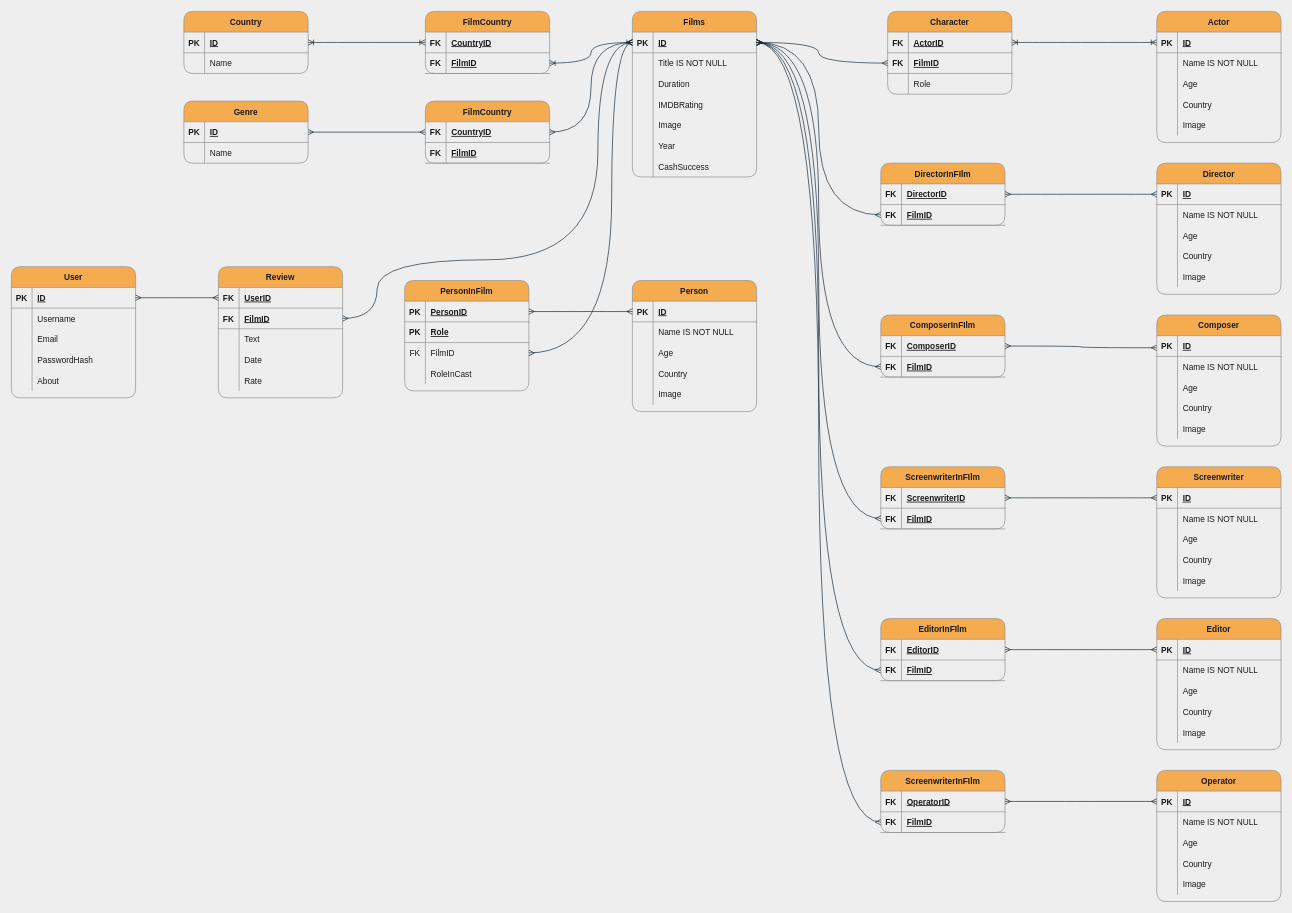
lincentpega/koda-modeling keeps this draw.io diagram as Database relational diagram.drawio. Above is the earlier version. Source tidied: cells renumbered, new cells numbered last; positions are measured from the earlier drawing's top-left corner, leaving out a move shared by most shapes. Both pictures are drawn from the tidied source at 69%, with x=0, y=0 at pixel (11, 11).
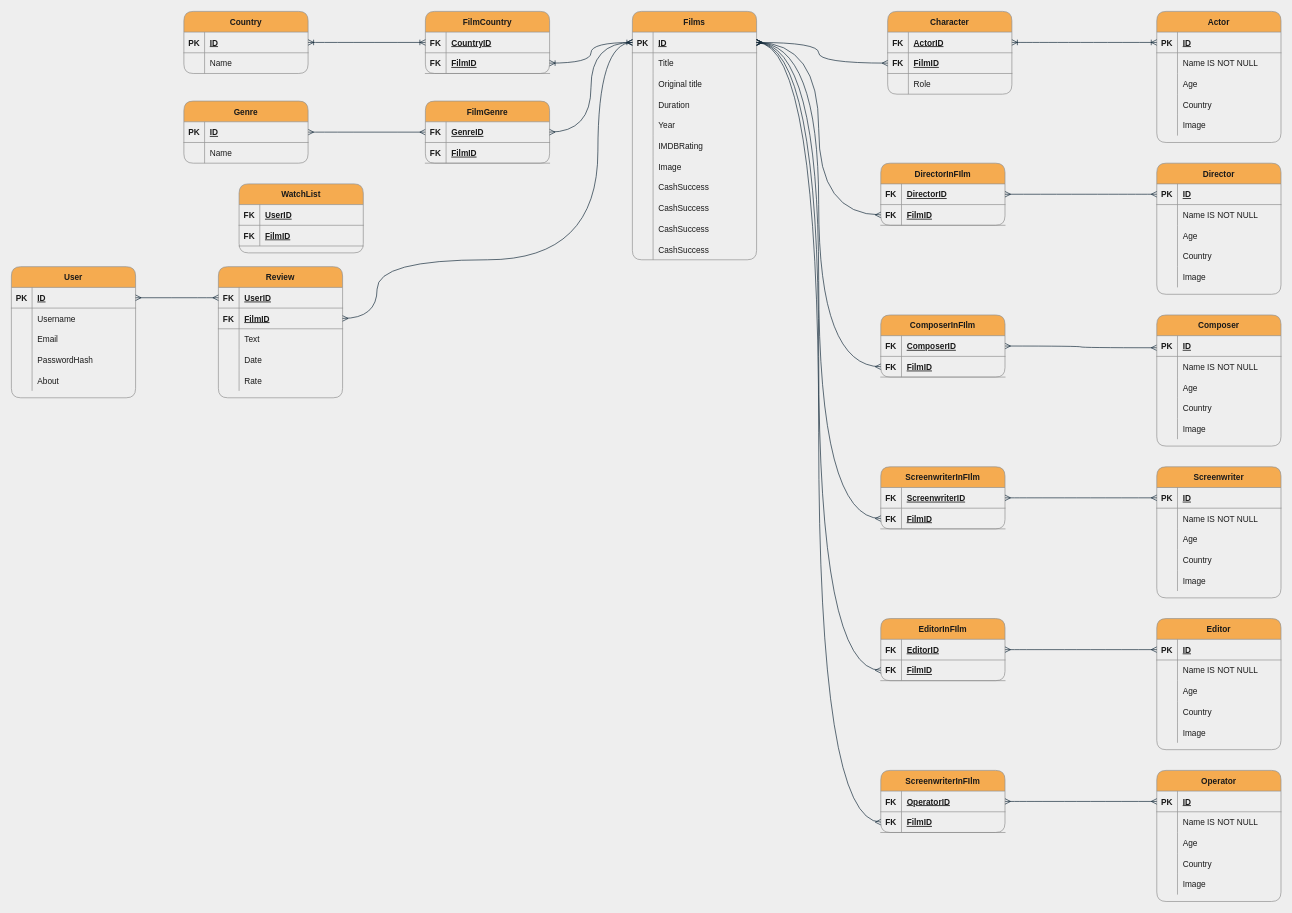
The same diagram, later.

The change refers to these unchanged cells:
```xml
<mxCell id="3" style="shape=tableRow;horizontal=0;startSize=0;swimlaneHead=0;swimlaneBody=0;fillColor=none;points=[[0,0.5],[1,0.5]];portConstraint=eastwest;top=0;left=0;right=0;bottom=1;rounded=1;strokeColor=#909090;fontColor=#1A1A1A;" parent="2" vertex="1">
  <mxGeometry y="30" width="180" height="30" as="geometry" />
</mxCell>
<mxCell id="6" style="shape=tableRow;horizontal=0;startSize=0;swimlaneHead=0;swimlaneBody=0;fillColor=none;top=0;left=0;right=0;bottom=0;rounded=1;strokeColor=#909090;fontColor=#1A1A1A;" parent="2" vertex="1">
  <mxGeometry y="60" width="180" height="30" as="geometry" />
</mxCell>
<mxCell id="202" style="shape=tableRow;horizontal=0;startSize=0;swimlaneHead=0;swimlaneBody=0;fillColor=none;points=[[0,0.5],[1,0.5]];portConstraint=eastwest;top=0;left=0;right=0;bottom=1;rounded=1;strokeColor=#909090;fontColor=#1A1A1A;" parent="201" vertex="1">
  <mxGeometry y="30" width="180" height="30" as="geometry" />
</mxCell>
```

Diff of the diagram source:
```diff
@@
     <mxCell id="2" value="Films" style="shape=table;startSize=30;childLayout=tableLayout;rowLines=0;fontStyle=1;align=center;rounded=1;fillColor=#F5AB50;strokeColor=#909090;fontColor=#1A1A1A;" parent="1" vertex="1">
-      <mxGeometry x="900" width="180" height="240" as="geometry" />
+      <mxGeometry x="900" width="180" height="360" as="geometry" />
     </mxCell>
@@
-    <mxCell id="8" value="Title IS NOT NULL" style="shape=partialRectangle;fillColor=none;top=0;left=0;bottom=0;right=0;align=left;spacingLeft=6;overflow=hidden;rounded=1;strokeColor=#909090;fontColor=#1A1A1A;" parent="6" vertex="1">
+    <mxCell id="8" value="Title" style="shape=partialRectangle;fillColor=none;top=0;left=0;bottom=0;right=0;align=left;spacingLeft=6;overflow=hidden;rounded=1;strokeColor=#909090;fontColor=#1A1A1A;" parent="6" vertex="1">
       <mxGeometry x="30" width="150" height="30" as="geometry" />
     </mxCell>
+    <mxCell id="274" style="shape=tableRow;horizontal=0;startSize=0;swimlaneHead=0;swimlaneBody=0;fillColor=none;top=0;left=0;right=0;bottom=0;rounded=1;strokeColor=#909090;fontColor=#1A1A1A;" parent="2" vertex="1">
+      <mxGeometry y="90" width="180" height="30" as="geometry" />
+    </mxCell>
+    <mxCell id="275" style="shape=partialRectangle;fillColor=none;top=0;left=0;bottom=0;right=0;overflow=hidden;rounded=1;strokeColor=#909090;fontColor=#1A1A1A;" parent="274" vertex="1">
+      <mxGeometry width="30" height="30" as="geometry" />
+    </mxCell>
+    <mxCell id="276" value="Original title" style="shape=partialRectangle;fillColor=none;top=0;left=0;bottom=0;right=0;align=left;spacingLeft=6;overflow=hidden;rounded=1;strokeColor=#909090;fontColor=#1A1A1A;" parent="274" vertex="1">
+      <mxGeometry x="30" width="150" height="30" as="geometry" />
+    </mxCell>
     <mxCell id="9" style="shape=tableRow;horizontal=0;startSize=0;swimlaneHead=0;swimlaneBody=0;fillColor=none;top=0;left=0;right=0;bottom=0;rounded=1;strokeColor=#909090;fontColor=#1A1A1A;" parent="2" vertex="1">
-      <mxGeometry y="90" width="180" height="30" as="geometry" />
+      <mxGeometry y="120" width="180" height="30" as="geometry" />
     </mxCell>
@@
+    <mxCell id="18" style="shape=tableRow;horizontal=0;startSize=0;swimlaneHead=0;swimlaneBody=0;fillColor=none;top=0;left=0;right=0;bottom=0;rounded=1;strokeColor=#909090;fontColor=#1A1A1A;" parent="2" vertex="1">
+      <mxGeometry y="150" width="180" height="30" as="geometry" />
+    </mxCell>
+    <mxCell id="19" style="shape=partialRectangle;fillColor=none;top=0;left=0;bottom=0;right=0;overflow=hidden;rounded=1;strokeColor=#909090;fontColor=#1A1A1A;" parent="18" vertex="1">
+      <mxGeometry width="30" height="30" as="geometry" />
+    </mxCell>
+    <mxCell id="20" value="Year" style="shape=partialRectangle;fillColor=none;top=0;left=0;bottom=0;right=0;align=left;spacingLeft=6;overflow=hidden;rounded=1;strokeColor=#909090;fontColor=#1A1A1A;" parent="18" vertex="1">
+      <mxGeometry x="30" width="150" height="30" as="geometry" />
+    </mxCell>
     <mxCell id="12" style="shape=tableRow;horizontal=0;startSize=0;swimlaneHead=0;swimlaneBody=0;fillColor=none;top=0;left=0;right=0;bottom=0;rounded=1;strokeColor=#909090;fontColor=#1A1A1A;" parent="2" vertex="1">
-      <mxGeometry y="120" width="180" height="30" as="geometry" />
+      <mxGeometry y="180" width="180" height="30" as="geometry" />
     </mxCell>
@@
     <mxCell id="15" style="shape=tableRow;horizontal=0;startSize=0;swimlaneHead=0;swimlaneBody=0;fillColor=none;top=0;left=0;right=0;bottom=0;rounded=1;strokeColor=#909090;fontColor=#1A1A1A;" parent="2" vertex="1">
-      <mxGeometry y="150" width="180" height="30" as="geometry" />
+      <mxGeometry y="210" width="180" height="30" as="geometry" />
     </mxCell>
@@
-    <mxCell id="18" style="shape=tableRow;horizontal=0;startSize=0;swimlaneHead=0;swimlaneBody=0;fillColor=none;top=0;left=0;right=0;bottom=0;rounded=1;strokeColor=#909090;fontColor=#1A1A1A;" parent="2" vertex="1">
-      <mxGeometry y="180" width="180" height="30" as="geometry" />
-    </mxCell>
-    <mxCell id="19" style="shape=partialRectangle;fillColor=none;top=0;left=0;bottom=0;right=0;overflow=hidden;rounded=1;strokeColor=#909090;fontColor=#1A1A1A;" parent="18" vertex="1">
-      <mxGeometry width="30" height="30" as="geometry" />
-    </mxCell>
-    <mxCell id="20" value="Year" style="shape=partialRectangle;fillColor=none;top=0;left=0;bottom=0;right=0;align=left;spacingLeft=6;overflow=hidden;rounded=1;strokeColor=#909090;fontColor=#1A1A1A;" parent="18" vertex="1">
-      <mxGeometry x="30" width="150" height="30" as="geometry" />
-    </mxCell>
     <mxCell id="21" style="shape=tableRow;horizontal=0;startSize=0;swimlaneHead=0;swimlaneBody=0;fillColor=none;top=0;left=0;right=0;bottom=0;rounded=1;strokeColor=#909090;fontColor=#1A1A1A;" parent="2" vertex="1">
-      <mxGeometry y="210" width="180" height="30" as="geometry" />
+      <mxGeometry y="240" width="180" height="30" as="geometry" />
     </mxCell>
@@
+    <mxCell id="277" style="shape=tableRow;horizontal=0;startSize=0;swimlaneHead=0;swimlaneBody=0;fillColor=none;top=0;left=0;right=0;bottom=0;rounded=1;strokeColor=#909090;fontColor=#1A1A1A;" parent="2" vertex="1">
+      <mxGeometry y="270" width="180" height="30" as="geometry" />
+    </mxCell>
+    <mxCell id="278" style="shape=partialRectangle;fillColor=none;top=0;left=0;bottom=0;right=0;overflow=hidden;rounded=1;strokeColor=#909090;fontColor=#1A1A1A;" parent="277" vertex="1">
+      <mxGeometry width="30" height="30" as="geometry" />
+    </mxCell>
+    <mxCell id="279" value="CashSuccess" style="shape=partialRectangle;fillColor=none;top=0;left=0;bottom=0;right=0;align=left;spacingLeft=6;overflow=hidden;rounded=1;strokeColor=#909090;fontColor=#1A1A1A;" parent="277" vertex="1">
+      <mxGeometry x="30" width="150" height="30" as="geometry" />
+    </mxCell>
+    <mxCell id="280" style="shape=tableRow;horizontal=0;startSize=0;swimlaneHead=0;swimlaneBody=0;fillColor=none;top=0;left=0;right=0;bottom=0;rounded=1;strokeColor=#909090;fontColor=#1A1A1A;" parent="2" vertex="1">
+      <mxGeometry y="300" width="180" height="30" as="geometry" />
+    </mxCell>
+    <mxCell id="281" style="shape=partialRectangle;fillColor=none;top=0;left=0;bottom=0;right=0;overflow=hidden;rounded=1;strokeColor=#909090;fontColor=#1A1A1A;" parent="280" vertex="1">
+      <mxGeometry width="30" height="30" as="geometry" />
+    </mxCell>
+    <mxCell id="282" value="CashSuccess" style="shape=partialRectangle;fillColor=none;top=0;left=0;bottom=0;right=0;align=left;spacingLeft=6;overflow=hidden;rounded=1;strokeColor=#909090;fontColor=#1A1A1A;" parent="280" vertex="1">
+      <mxGeometry x="30" width="150" height="30" as="geometry" />
+    </mxCell>
+    <mxCell id="283" style="shape=tableRow;horizontal=0;startSize=0;swimlaneHead=0;swimlaneBody=0;fillColor=none;top=0;left=0;right=0;bottom=0;rounded=1;strokeColor=#909090;fontColor=#1A1A1A;" parent="2" vertex="1">
+      <mxGeometry y="330" width="180" height="30" as="geometry" />
+    </mxCell>
+    <mxCell id="284" style="shape=partialRectangle;fillColor=none;top=0;left=0;bottom=0;right=0;overflow=hidden;rounded=1;strokeColor=#909090;fontColor=#1A1A1A;" parent="283" vertex="1">
+      <mxGeometry width="30" height="30" as="geometry" />
+    </mxCell>
+    <mxCell id="285" value="CashSuccess" style="shape=partialRectangle;fillColor=none;top=0;left=0;bottom=0;right=0;align=left;spacingLeft=6;overflow=hidden;rounded=1;strokeColor=#909090;fontColor=#1A1A1A;" parent="283" vertex="1">
+      <mxGeometry x="30" width="150" height="30" as="geometry" />
+    </mxCell>
@@
-    <mxCell id="201" value="FilmCountry" style="shape=table;startSize=30;childLayout=tableLayout;rowLines=0;fontStyle=1;align=center;rounded=1;fillColor=#F5AB50;strokeColor=#909090;fontColor=#1A1A1A;" parent="1" vertex="1">
+    <mxCell id="201" value="FilmGenre" style="shape=table;startSize=30;childLayout=tableLayout;rowLines=0;fontStyle=1;align=center;rounded=1;fillColor=#F5AB50;strokeColor=#909090;fontColor=#1A1A1A;" parent="1" vertex="1">
       <mxGeometry x="600" y="130" width="180" height="90" as="geometry" />
     </mxCell>
@@
-    <mxCell id="204" value="CountryID" style="shape=partialRectangle;fillColor=none;top=0;left=0;bottom=0;right=0;align=left;spacingLeft=6;fontStyle=5;overflow=hidden;rounded=1;strokeColor=#909090;fontColor=#1A1A1A;" parent="202" vertex="1">
+    <mxCell id="204" value="GenreID" style="shape=partialRectangle;fillColor=none;top=0;left=0;bottom=0;right=0;align=left;spacingLeft=6;fontStyle=5;overflow=hidden;rounded=1;strokeColor=#909090;fontColor=#1A1A1A;" parent="202" vertex="1">
       <mxGeometry x="30" width="150" height="30" as="geometry" />
     </mxCell>
@@
-    <mxCell id="209" value="Person" style="shape=table;startSize=30;childLayout=tableLayout;rowLines=0;fontStyle=1;align=center;rounded=1;fillColor=#F5AB50;strokeColor=#909090;fontColor=#1A1A1A;" parent="1" vertex="1">
-      <mxGeometry x="900" y="390" width="180" height="190" as="geometry" />
-    </mxCell>
-    <mxCell id="210" style="shape=tableRow;horizontal=0;startSize=0;swimlaneHead=0;swimlaneBody=0;fillColor=none;points=[[0,0.5],[1,0.5]];portConstraint=eastwest;top=0;left=0;right=0;bottom=1;rounded=1;strokeColor=#909090;fontColor=#1A1A1A;" parent="209" vertex="1">
-      <mxGeometry y="30" width="180" height="30" as="geometry" />
-    </mxCell>
-    <mxCell id="211" value="PK" style="shape=partialRectangle;fillColor=none;top=0;left=0;bottom=0;right=0;fontStyle=1;overflow=hidden;rounded=1;strokeColor=#909090;fontColor=#1A1A1A;" parent="210" vertex="1">
-      <mxGeometry width="30" height="30" as="geometry" />
-    </mxCell>
-    <mxCell id="212" value="ID" style="shape=partialRectangle;fillColor=none;top=0;left=0;bottom=0;right=0;align=left;spacingLeft=6;fontStyle=5;overflow=hidden;rounded=1;strokeColor=#909090;fontColor=#1A1A1A;" parent="210" vertex="1">
-      <mxGeometry x="30" width="150" height="30" as="geometry" />
-    </mxCell>
-    <mxCell id="213" style="shape=tableRow;horizontal=0;startSize=0;swimlaneHead=0;swimlaneBody=0;fillColor=none;top=0;left=0;right=0;bottom=0;rounded=1;strokeColor=#909090;fontColor=#1A1A1A;" parent="209" vertex="1">
-      <mxGeometry y="60" width="180" height="30" as="geometry" />
-    </mxCell>
-    <mxCell id="214" style="shape=partialRectangle;fillColor=none;top=0;left=0;bottom=0;right=0;overflow=hidden;rounded=1;strokeColor=#909090;fontColor=#1A1A1A;" parent="213" vertex="1">
-      <mxGeometry width="30" height="30" as="geometry" />
-    </mxCell>
-    <mxCell id="215" value="Name IS NOT NULL" style="shape=partialRectangle;fillColor=none;top=0;left=0;bottom=0;right=0;align=left;spacingLeft=6;overflow=hidden;rounded=1;strokeColor=#909090;fontColor=#1A1A1A;" parent="213" vertex="1">
-      <mxGeometry x="30" width="150" height="30" as="geometry" />
-    </mxCell>
-    <mxCell id="216" style="shape=tableRow;horizontal=0;startSize=0;swimlaneHead=0;swimlaneBody=0;fillColor=none;top=0;left=0;right=0;bottom=0;rounded=1;strokeColor=#909090;fontColor=#1A1A1A;" parent="209" vertex="1">
-      <mxGeometry y="90" width="180" height="30" as="geometry" />
-    </mxCell>
-    <mxCell id="217" style="shape=partialRectangle;fillColor=none;top=0;left=0;bottom=0;right=0;overflow=hidden;rounded=1;strokeColor=#909090;fontColor=#1A1A1A;" parent="216" vertex="1">
-      <mxGeometry width="30" height="30" as="geometry" />
-    </mxCell>
-    <mxCell id="218" value="Age" style="shape=partialRectangle;fillColor=none;top=0;left=0;bottom=0;right=0;align=left;spacingLeft=6;overflow=hidden;rounded=1;strokeColor=#909090;fontColor=#1A1A1A;" parent="216" vertex="1">
-      <mxGeometry x="30" width="150" height="30" as="geometry" />
-    </mxCell>
-    <mxCell id="219" style="shape=tableRow;horizontal=0;startSize=0;swimlaneHead=0;swimlaneBody=0;fillColor=none;top=0;left=0;right=0;bottom=0;rounded=1;strokeColor=#909090;fontColor=#1A1A1A;" parent="209" vertex="1">
-      <mxGeometry y="120" width="180" height="30" as="geometry" />
-    </mxCell>
-    <mxCell id="220" style="shape=partialRectangle;fillColor=none;top=0;left=0;bottom=0;right=0;overflow=hidden;rounded=1;strokeColor=#909090;fontColor=#1A1A1A;" parent="219" vertex="1">
-      <mxGeometry width="30" height="30" as="geometry" />
-    </mxCell>
-    <mxCell id="221" value="Country" style="shape=partialRectangle;fillColor=none;top=0;left=0;bottom=0;right=0;align=left;spacingLeft=6;overflow=hidden;rounded=1;strokeColor=#909090;fontColor=#1A1A1A;" parent="219" vertex="1">
-      <mxGeometry x="30" width="150" height="30" as="geometry" />
-    </mxCell>
-    <mxCell id="222" style="shape=tableRow;horizontal=0;startSize=0;swimlaneHead=0;swimlaneBody=0;fillColor=none;top=0;left=0;right=0;bottom=0;rounded=1;strokeColor=#909090;fontColor=#1A1A1A;" parent="209" vertex="1">
-      <mxGeometry y="150" width="180" height="30" as="geometry" />
-    </mxCell>
-    <mxCell id="223" style="shape=partialRectangle;fillColor=none;top=0;left=0;bottom=0;right=0;overflow=hidden;rounded=1;strokeColor=#909090;fontColor=#1A1A1A;" parent="222" vertex="1">
-      <mxGeometry width="30" height="30" as="geometry" />
-    </mxCell>
-    <mxCell id="224" value="Image" style="shape=partialRectangle;fillColor=none;top=0;left=0;bottom=0;right=0;align=left;spacingLeft=6;overflow=hidden;rounded=1;strokeColor=#909090;fontColor=#1A1A1A;" parent="222" vertex="1">
-      <mxGeometry x="30" width="150" height="30" as="geometry" />
-    </mxCell>
-    <mxCell id="225" value="PersonInFilm" style="shape=table;startSize=30;childLayout=tableLayout;rowLines=0;fontStyle=1;align=center;rounded=1;fillColor=#F5AB50;strokeColor=#909090;fontColor=#1A1A1A;" parent="1" vertex="1">
-      <mxGeometry x="570" y="390" width="180" height="160" as="geometry" />
-    </mxCell>
-    <mxCell id="226" style="shape=tableRow;horizontal=0;startSize=0;swimlaneHead=0;swimlaneBody=0;fillColor=none;points=[[0,0.5],[1,0.5]];portConstraint=eastwest;top=0;left=0;right=0;bottom=1;rounded=1;strokeColor=#909090;fontColor=#1A1A1A;" parent="225" vertex="1">
-      <mxGeometry y="30" width="180" height="30" as="geometry" />
-    </mxCell>
-    <mxCell id="227" value="PK" style="shape=partialRectangle;fillColor=none;top=0;left=0;bottom=0;right=0;fontStyle=1;overflow=hidden;rounded=1;strokeColor=#909090;fontColor=#1A1A1A;" parent="226" vertex="1">
-      <mxGeometry width="30" height="30" as="geometry" />
-    </mxCell>
-    <mxCell id="228" value="PersonID" style="shape=partialRectangle;fillColor=none;top=0;left=0;bottom=0;right=0;align=left;spacingLeft=6;fontStyle=5;overflow=hidden;rounded=1;strokeColor=#909090;fontColor=#1A1A1A;" parent="226" vertex="1">
-      <mxGeometry x="30" width="150" height="30" as="geometry" />
-    </mxCell>
-    <mxCell id="229" style="shape=tableRow;horizontal=0;startSize=0;swimlaneHead=0;swimlaneBody=0;fillColor=none;top=0;left=0;right=0;bottom=1;rounded=1;strokeColor=#909090;fontColor=#1A1A1A;" parent="225" vertex="1">
-      <mxGeometry y="60" width="180" height="30" as="geometry" />
-    </mxCell>
-    <mxCell id="230" value="PK" style="shape=partialRectangle;fillColor=none;top=0;left=0;bottom=0;right=0;fontStyle=1;overflow=hidden;rounded=1;strokeColor=#909090;fontColor=#1A1A1A;" parent="229" vertex="1">
-      <mxGeometry width="30" height="30" as="geometry" />
-    </mxCell>
-    <mxCell id="231" value="Role" style="shape=partialRectangle;fillColor=none;top=0;left=0;bottom=0;right=0;align=left;spacingLeft=6;fontStyle=5;overflow=hidden;rounded=1;strokeColor=#909090;fontColor=#1A1A1A;" parent="229" vertex="1">
-      <mxGeometry x="30" width="150" height="30" as="geometry" />
-    </mxCell>
-    <mxCell id="232" style="shape=tableRow;horizontal=0;startSize=0;swimlaneHead=0;swimlaneBody=0;fillColor=none;points=[[0,0.5],[1,0.5]];portConstraint=eastwest;top=0;left=0;right=0;bottom=0;rounded=1;strokeColor=#909090;fontColor=#1A1A1A;" parent="225" vertex="1">
-      <mxGeometry y="90" width="180" height="30" as="geometry" />
-    </mxCell>
-    <mxCell id="233" value="FK" style="shape=partialRectangle;fillColor=none;top=0;left=0;bottom=0;right=0;overflow=hidden;rounded=1;strokeColor=#909090;fontColor=#1A1A1A;" parent="232" vertex="1">
-      <mxGeometry width="30" height="30" as="geometry" />
-    </mxCell>
-    <mxCell id="234" value="FilmID" style="shape=partialRectangle;fillColor=none;top=0;left=0;bottom=0;right=0;align=left;spacingLeft=6;overflow=hidden;rounded=1;strokeColor=#909090;fontColor=#1A1A1A;" parent="232" vertex="1">
-      <mxGeometry x="30" width="150" height="30" as="geometry" />
-    </mxCell>
-    <mxCell id="235" style="shape=tableRow;horizontal=0;startSize=0;swimlaneHead=0;swimlaneBody=0;fillColor=none;top=0;left=0;right=0;bottom=0;rounded=1;strokeColor=#909090;fontColor=#1A1A1A;" parent="225" vertex="1">
-      <mxGeometry y="120" width="180" height="30" as="geometry" />
-    </mxCell>
-    <mxCell id="236" style="shape=partialRectangle;fillColor=none;top=0;left=0;bottom=0;right=0;overflow=hidden;rounded=1;strokeColor=#909090;fontColor=#1A1A1A;" parent="235" vertex="1">
-      <mxGeometry width="30" height="30" as="geometry" />
-    </mxCell>
-    <mxCell id="237" value="RoleInCast" style="shape=partialRectangle;fillColor=none;top=0;left=0;bottom=0;right=0;align=left;spacingLeft=6;overflow=hidden;rounded=1;strokeColor=#909090;fontColor=#1A1A1A;" parent="235" vertex="1">
-      <mxGeometry x="30" width="150" height="30" as="geometry" />
-    </mxCell>
-    <mxCell id="238" style="edgeStyle=orthogonalEdgeStyle;rounded=1;jettySize=auto;html=1;startArrow=ERmany;startFill=0;endArrow=ERmany;endFill=0;curved=1;labelBackgroundColor=#EEEEEE;strokeColor=#182E3E;fontColor=#1A1A1A;" parent="1" edge="1" source="210" target="226">
-      <mxGeometry relative="1" as="geometry" />
-    </mxCell>
-    <mxCell id="239" style="edgeStyle=orthogonalEdgeStyle;rounded=1;jettySize=auto;html=1;startArrow=ERmany;startFill=0;endArrow=ERmany;endFill=0;curved=1;labelBackgroundColor=#EEEEEE;strokeColor=#182E3E;fontColor=#1A1A1A;" parent="1" edge="1" source="232" target="3">
-      <mxGeometry relative="1" as="geometry">
-        <Array as="points">
-          <mxPoint x="870" y="495" />
-          <mxPoint x="870" y="45" />
-        </Array>
-      </mxGeometry>
-    </mxCell>
@@
+    <mxCell id="286" value="WatchList" style="shape=table;startSize=30;childLayout=tableLayout;rowLines=0;fontStyle=1;align=center;rounded=1;fillColor=#F5AB50;strokeColor=#909090;fontColor=#1A1A1A;" parent="1" vertex="1">
+      <mxGeometry x="330" y="250" width="180" height="100" as="geometry" />
+    </mxCell>
+    <mxCell id="287" style="shape=tableRow;horizontal=0;startSize=0;swimlaneHead=0;swimlaneBody=0;fillColor=none;top=0;left=0;right=0;bottom=1;rounded=1;strokeColor=#909090;fontColor=#1A1A1A;" parent="286" vertex="1">
+      <mxGeometry y="30" width="180" height="30" as="geometry" />
+    </mxCell>
+    <mxCell id="288" value="FK" style="shape=partialRectangle;fillColor=none;top=0;left=0;bottom=0;right=0;fontStyle=1;overflow=hidden;rounded=1;strokeColor=#909090;fontColor=#1A1A1A;" parent="287" vertex="1">
+      <mxGeometry width="30" height="30" as="geometry" />
+    </mxCell>
+    <mxCell id="289" value="UserID" style="shape=partialRectangle;fillColor=none;top=0;left=0;bottom=0;right=0;align=left;spacingLeft=6;fontStyle=5;overflow=hidden;rounded=1;strokeColor=#909090;fontColor=#1A1A1A;" parent="287" vertex="1">
+      <mxGeometry x="30" width="150" height="30" as="geometry" />
+    </mxCell>
+    <mxCell id="229" style="shape=tableRow;horizontal=0;startSize=0;swimlaneHead=0;swimlaneBody=0;fillColor=none;top=0;left=0;right=0;bottom=1;rounded=1;strokeColor=#909090;fontColor=#1A1A1A;" parent="286" vertex="1">
+      <mxGeometry y="60" width="180" height="30" as="geometry" />
+    </mxCell>
+    <mxCell id="290" value="FK" style="shape=partialRectangle;fillColor=none;top=0;left=0;bottom=0;right=0;fontStyle=1;overflow=hidden;rounded=1;strokeColor=#909090;fontColor=#1A1A1A;" parent="229" vertex="1">
+      <mxGeometry width="30" height="30" as="geometry" />
+    </mxCell>
+    <mxCell id="234" value="FilmID" style="shape=partialRectangle;fillColor=none;top=0;left=0;bottom=0;right=0;align=left;spacingLeft=6;fontStyle=5;overflow=hidden;rounded=1;strokeColor=#909090;fontColor=#1A1A1A;" parent="229" vertex="1">
+      <mxGeometry x="30" width="150" height="30" as="geometry" />
+    </mxCell>
```
